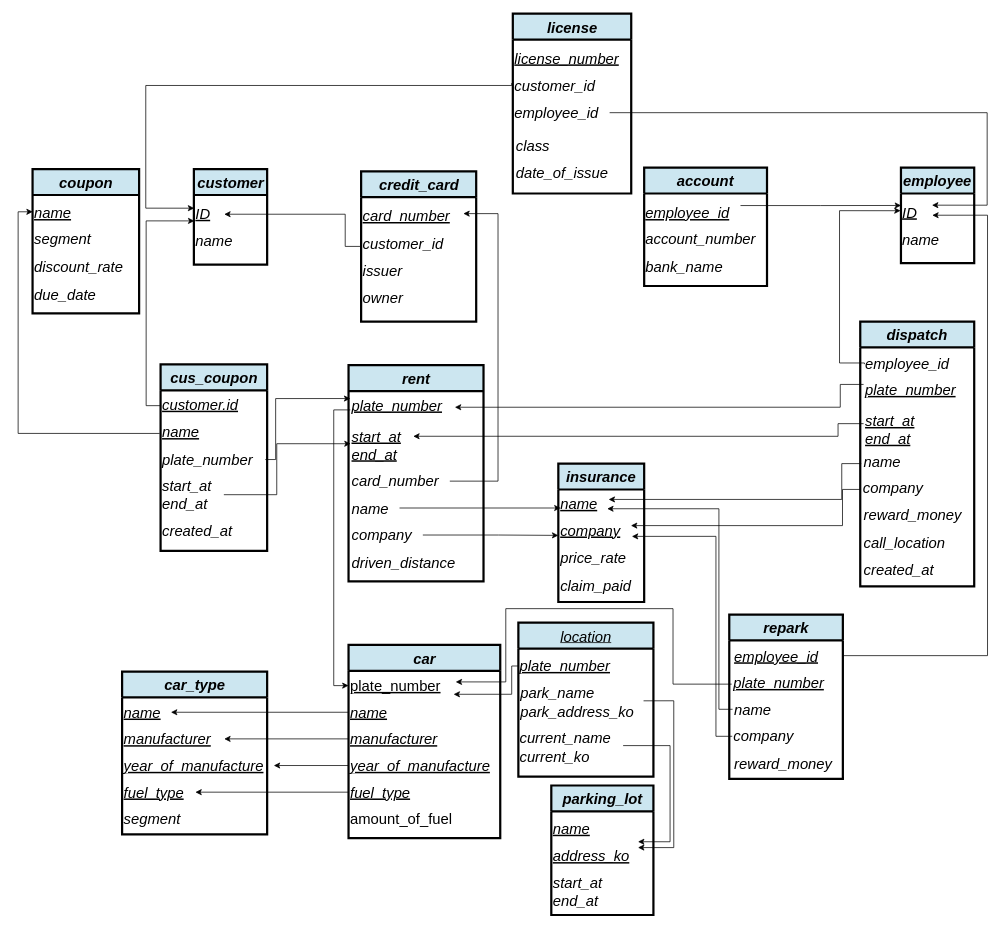
The draw.io diagram CS/DataBase/socar_rdb.drawio in euije/TIL, before the edit. Source tidied: cells renumbered, new cells numbered last; positions are measured from the earlier drawing's top-left corner, leaving out a move shared by most shapes. Both pictures are drawn from the tidied source at 74%, with x=0, y=0 at pixel (33, 13).
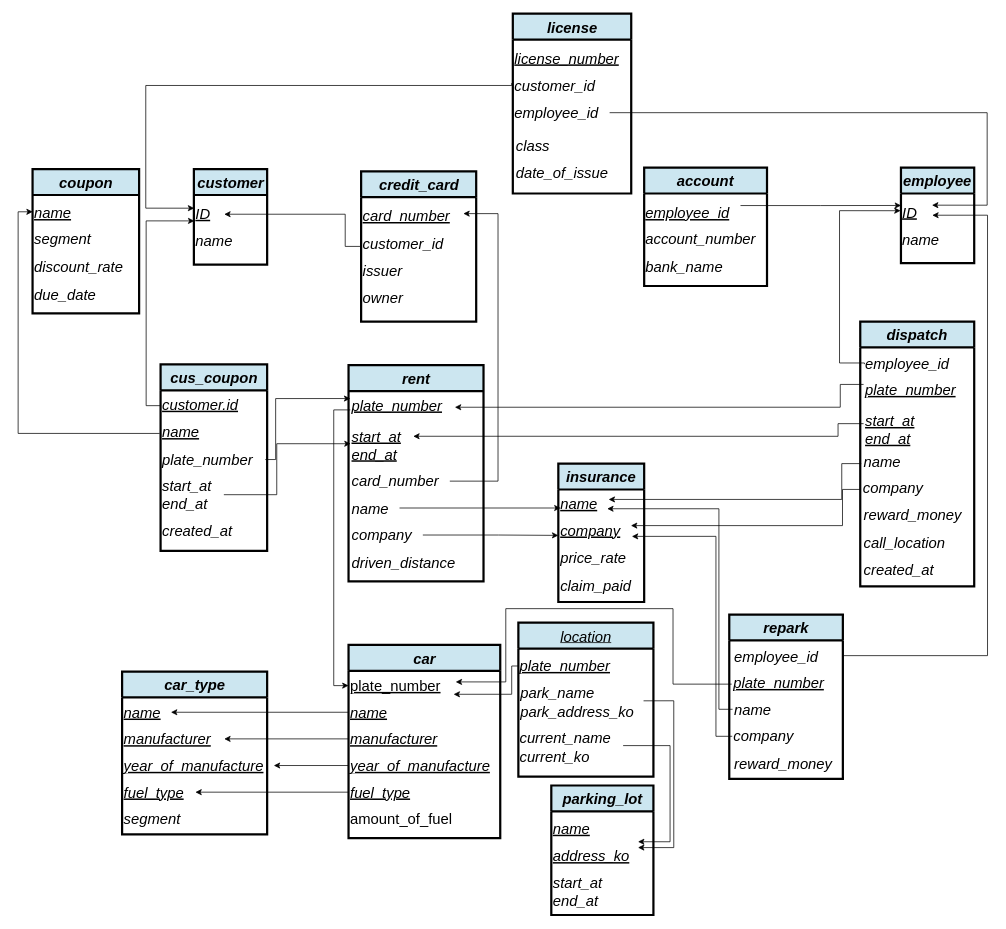
After the change.

Unchanged cells that the change refers to:
```xml
<mxCell id="100" value="&lt;font face=&quot;Spectral&quot;&gt;&lt;span style=&quot;font-size: 20px;&quot;&gt;&lt;i&gt;repark&lt;/i&gt;&lt;/span&gt;&lt;/font&gt;" style="swimlane;whiteSpace=wrap;html=1;startSize=35;fillColor=#CCE6F0;strokeColor=#000000;strokeWidth=3;" parent="1" vertex="1">
  <mxGeometry x="941" y="812" width="153.5" height="222" as="geometry" />
</mxCell>
```

The edit, as a diff of the source:
```diff
@@
-    <mxCell id="103" value="employee_id" style="text;html=1;align=left;verticalAlign=middle;strokeColor=none;fillColor=none;fontSize=20;fontFamily=Spectral;fontStyle=6;" parent="100" vertex="1">
+    <mxCell id="103" value="employee_id" style="text;html=1;align=left;verticalAlign=middle;strokeColor=none;fillColor=none;fontSize=20;fontFamily=Spectral;fontStyle=2;" parent="100" vertex="1">
       <mxGeometry x="4.5" y="38" width="129" height="36" as="geometry" />
     </mxCell>
```
